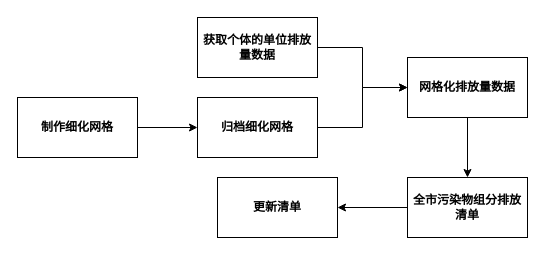
WienWong/Misc keeps this draw.io diagram as 船舶排放清单.drawio. Above is the earlier version. Source tidied: cells renumbered, new cells numbered last; positions are measured from the earlier drawing's top-left corner, leaving out a move shared by most shapes. Both pictures are drawn from the tidied source at 100%, with x=0, y=0 at pixel (17, 17).
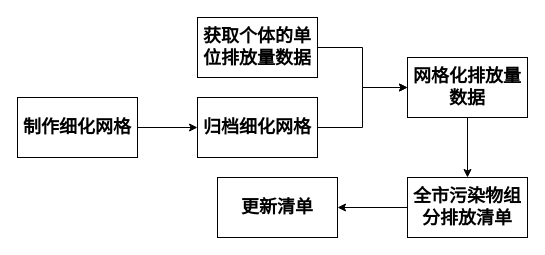
After the change.

Commit message:
Update 船舶排放清单.drawio

What changed in the source:
```diff
@@
 <mxGraphModel>
   <root>
     <mxCell id="0" />
     <mxCell id="1" parent="0" />
     <mxCell id="2" style="edgeStyle=orthogonalEdgeStyle;rounded=0;jettySize=auto;html=1;exitX=1;exitY=0.5;exitDx=0;exitDy=0;entryX=0;entryY=0.5;entryDx=0;entryDy=0;" parent="1" edge="1" source="3" target="5">
       <mxGeometry relative="1" as="geometry" />
     </mxCell>
-    <mxCell id="3" value="&lt;b&gt;制作细化网格&lt;/b&gt;" style="rounded=0;whiteSpace=wrap;html=1;" parent="1" vertex="1">
+    <mxCell id="3" value="&lt;b&gt;&lt;font style=&quot;font-size: 18px&quot;&gt;制作细化网格&lt;/font&gt;&lt;/b&gt;" style="rounded=0;whiteSpace=wrap;html=1;" parent="1" vertex="1">
       <mxGeometry y="80" width="120" height="60" as="geometry" />
     </mxCell>
     <mxCell id="4" style="edgeStyle=orthogonalEdgeStyle;rounded=0;jettySize=auto;html=1;exitX=1;exitY=0.5;exitDx=0;exitDy=0;entryX=0;entryY=0.5;entryDx=0;entryDy=0;" parent="1" edge="1" source="5" target="9">
       <mxGeometry relative="1" as="geometry" />
     </mxCell>
-    <mxCell id="5" value="&lt;b&gt;归档细化网格&lt;/b&gt;" style="rounded=0;whiteSpace=wrap;html=1;" parent="1" vertex="1">
+    <mxCell id="5" value="&lt;b&gt;&lt;font style=&quot;font-size: 18px&quot;&gt;归档细化网格&lt;/font&gt;&lt;/b&gt;" style="rounded=0;whiteSpace=wrap;html=1;" parent="1" vertex="1">
       <mxGeometry x="180" y="80" width="120" height="60" as="geometry" />
     </mxCell>
     <mxCell id="6" style="edgeStyle=orthogonalEdgeStyle;rounded=0;jettySize=auto;html=1;exitX=1;exitY=0.5;exitDx=0;exitDy=0;entryX=0;entryY=0.5;entryDx=0;entryDy=0;" parent="1" edge="1" source="7" target="9">
       <mxGeometry relative="1" as="geometry" />
     </mxCell>
-    <mxCell id="7" value="&lt;b&gt;获取个体的单位排放量数据&lt;/b&gt;" style="rounded=0;whiteSpace=wrap;html=1;" parent="1" vertex="1">
+    <mxCell id="7" value="&lt;b&gt;&lt;font style=&quot;font-size: 18px&quot;&gt;获取个体的单位排放量数据&lt;/font&gt;&lt;/b&gt;" style="rounded=0;whiteSpace=wrap;html=1;" parent="1" vertex="1">
       <mxGeometry x="180" width="120" height="60" as="geometry" />
     </mxCell>
     <mxCell id="8" style="edgeStyle=orthogonalEdgeStyle;rounded=0;jettySize=auto;html=1;exitX=0.5;exitY=1;exitDx=0;exitDy=0;" parent="1" edge="1" source="9" target="11">
       <mxGeometry relative="1" as="geometry" />
     </mxCell>
-    <mxCell id="9" value="&lt;b&gt;网格化排放量数据&lt;/b&gt;" style="rounded=0;whiteSpace=wrap;html=1;" parent="1" vertex="1">
+    <mxCell id="9" value="&lt;b&gt;&lt;font style=&quot;font-size: 18px&quot;&gt;网格化排放量数据&lt;/font&gt;&lt;/b&gt;" style="rounded=0;whiteSpace=wrap;html=1;" parent="1" vertex="1">
       <mxGeometry x="390" y="40" width="120" height="60" as="geometry" />
     </mxCell>
     <mxCell id="10" style="edgeStyle=orthogonalEdgeStyle;rounded=0;jettySize=auto;html=1;exitX=0;exitY=0.5;exitDx=0;exitDy=0;" parent="1" edge="1" source="11" target="12">
       <mxGeometry relative="1" as="geometry" />
     </mxCell>
-    <mxCell id="11" value="&lt;b&gt;全市污染物组分排放清单&lt;/b&gt;" style="rounded=0;whiteSpace=wrap;html=1;" parent="1" vertex="1">
+    <mxCell id="11" value="&lt;b&gt;&lt;font style=&quot;font-size: 18px&quot;&gt;全市污染物组分排放清单&lt;/font&gt;&lt;/b&gt;" style="rounded=0;whiteSpace=wrap;html=1;" parent="1" vertex="1">
       <mxGeometry x="390" y="160" width="120" height="60" as="geometry" />
     </mxCell>
-    <mxCell id="12" value="&lt;b&gt;更新清单&lt;/b&gt;" style="rounded=0;whiteSpace=wrap;html=1;" parent="1" vertex="1">
+    <mxCell id="12" value="&lt;b&gt;&lt;font style=&quot;font-size: 18px&quot;&gt;更新清单&lt;/font&gt;&lt;/b&gt;" style="rounded=0;whiteSpace=wrap;html=1;" parent="1" vertex="1">
       <mxGeometry x="200" y="160" width="120" height="60" as="geometry" />
     </mxCell>
   </root>
 </mxGraphModel>
```
